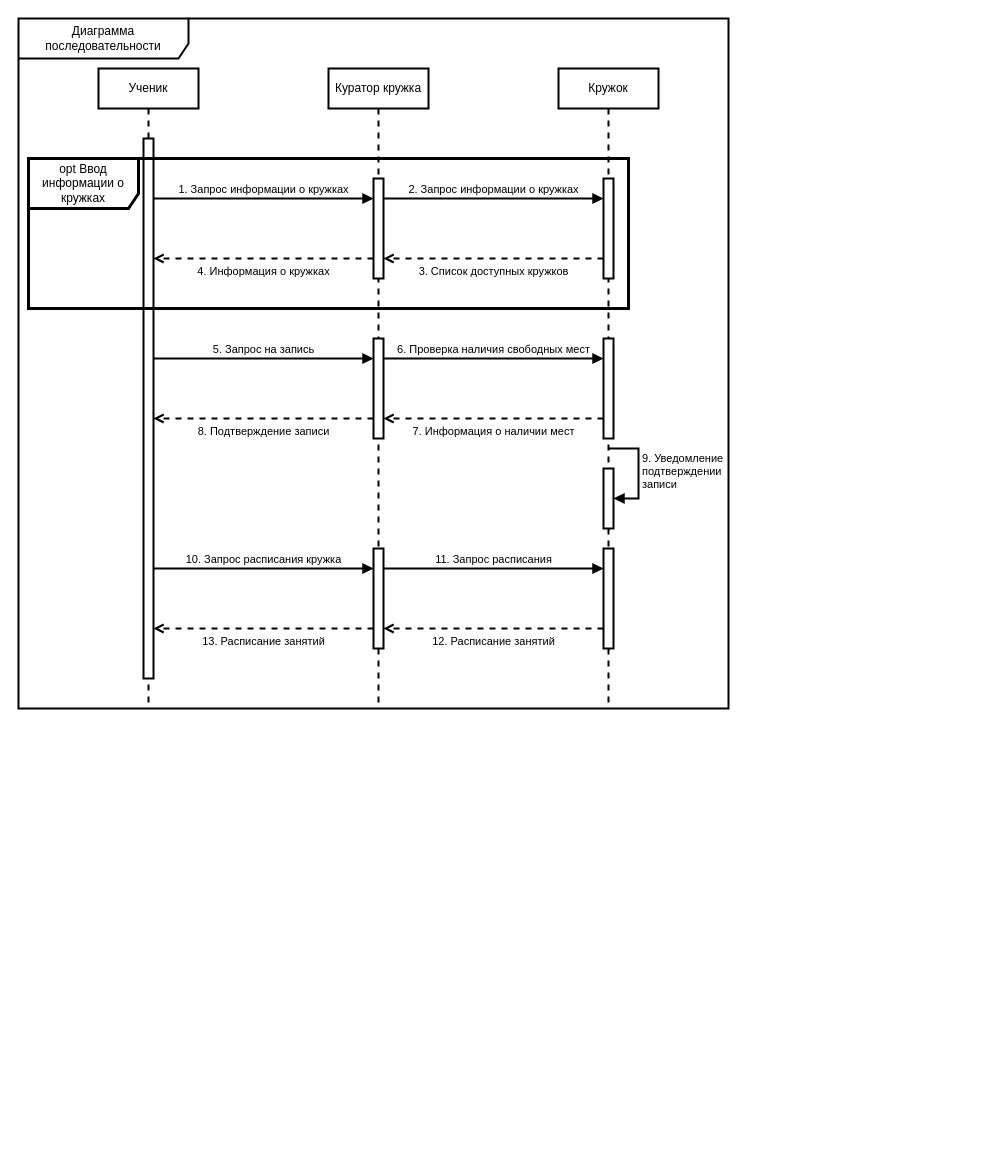
Helpmepleaseitishard/Aikms keeps this draw.io diagram as page "Page-1" (1 of 3) of 2.drawio. Above is the earlier version. Source tidied: cells renumbered, new cells numbered last; positions are measured from the earlier drawing's top-left corner, leaving out a move shared by most shapes. Both pictures are drawn from the tidied source at 100%, with x=0, y=0 at pixel (18, 18).
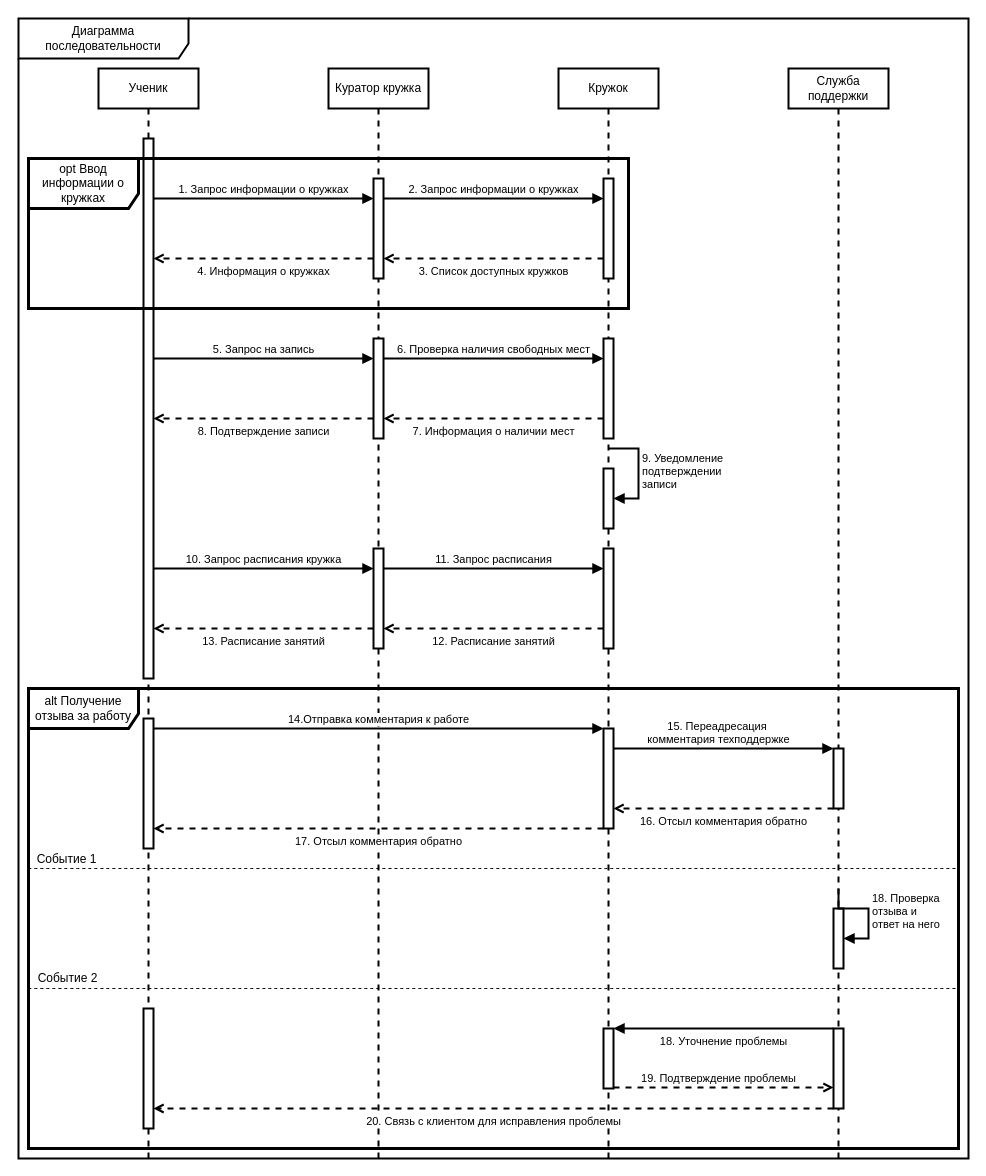
After the change.

Change to the diagram source:
```diff
@@
+    <mxCell id="28" value="Служба поддержки" style="shape=umlLifeline;perimeter=lifelinePerimeter;whiteSpace=wrap;html=1;newEdgeStyle={&quot;curved&quot;:0,&quot;rounded&quot;:0};strokeWidth=2;" parent="1" vertex="1">
+      <mxGeometry x="770" y="50" width="100" height="1090" as="geometry" />
+    </mxCell>
     <mxCell id="2" value="Диаграмма последовательности" style="shape=umlFrame;whiteSpace=wrap;html=1;width=170;height=40;strokeWidth=2;" parent="1" vertex="1">
-      <mxGeometry width="710" height="690" as="geometry" />
+      <mxGeometry width="950" height="1140" as="geometry" />
     </mxCell>
     <mxCell id="3" value="Ученик" style="shape=umlLifeline;perimeter=lifelinePerimeter;whiteSpace=wrap;html=1;newEdgeStyle={&quot;curved&quot;:0,&quot;rounded&quot;:0};strokeWidth=2;" parent="1" vertex="1">
-      <mxGeometry x="80" y="50" width="100" height="640" as="geometry" />
+      <mxGeometry x="80" y="50" width="100" height="1090" as="geometry" />
     </mxCell>
     <mxCell id="4" value="Куратор кружка" style="shape=umlLifeline;perimeter=lifelinePerimeter;whiteSpace=wrap;html=1;newEdgeStyle={&quot;curved&quot;:0,&quot;rounded&quot;:0};strokeWidth=2;" parent="1" vertex="1">
-      <mxGeometry x="310" y="50" width="100" height="640" as="geometry" />
+      <mxGeometry x="310" y="50" width="100" height="1090" as="geometry" />
     </mxCell>
     <mxCell id="5" value="Кружок" style="shape=umlLifeline;perimeter=lifelinePerimeter;whiteSpace=wrap;html=1;newEdgeStyle={&quot;curved&quot;:0,&quot;rounded&quot;:0};strokeWidth=2;" parent="1" vertex="1">
-      <mxGeometry x="540" y="50" width="100" height="640" as="geometry" />
+      <mxGeometry x="540" y="50" width="100" height="1090" as="geometry" />
     </mxCell>
@@
+    <mxCell id="29" style="html=1;perimeter=orthogonalPerimeter;targetShapes=umlLifeline;newEdgeStyle={&quot;curved&quot;:0,&quot;rounded&quot;:0};strokeWidth=2;" parent="1" vertex="1">
+      <mxGeometry x="125" y="700" width="10" height="130" as="geometry" />
+    </mxCell>
+    <mxCell id="30" style="html=1;points=[[0,0,0,0,5],[0,1,0,0,-5],[1,0,0,0,5],[1,1,0,0,-5]];perimeter=orthogonalPerimeter;outlineConnect=0;targetShapes=umlLifeline;portConstraint=eastwest;newEdgeStyle={&quot;curved&quot;:0,&quot;rounded&quot;:0};strokeWidth=2;" parent="1" vertex="1">
+      <mxGeometry x="585" y="710" width="10" height="100" as="geometry" />
+    </mxCell>
+    <mxCell id="31" value="alt Получение отзыва за работу" style="shape=umlFrame;whiteSpace=wrap;html=1;strokeWidth=3;width=110;height=40;" parent="1" vertex="1">
+      <mxGeometry x="10" y="670" width="930" height="460" as="geometry" />
+    </mxCell>
+    <mxCell id="32" style="html=1;points=[[0,0,0,0,5],[0,1,0,0,-5],[1,0,0,0,5],[1,1,0,0,-5]];perimeter=orthogonalPerimeter;outlineConnect=0;targetShapes=umlLifeline;portConstraint=eastwest;newEdgeStyle={&quot;curved&quot;:0,&quot;rounded&quot;:0};strokeWidth=2;" parent="1" vertex="1">
+      <mxGeometry x="815" y="730" width="10" height="60" as="geometry" />
+    </mxCell>
+    <mxCell id="33" style="html=1;points=[[0,0,0,0,5],[0,1,0,0,-5],[1,0,0,0,5],[1,1,0,0,-5]];perimeter=orthogonalPerimeter;outlineConnect=0;targetShapes=umlLifeline;portConstraint=eastwest;newEdgeStyle={&quot;curved&quot;:0,&quot;rounded&quot;:0};strokeWidth=2;" parent="1" vertex="1">
+      <mxGeometry x="815" y="890" width="10" height="60" as="geometry" />
+    </mxCell>
+    <mxCell id="34" value="&lt;div&gt;18. Проверка&amp;nbsp;&lt;/div&gt;&lt;div&gt;отзыва и &lt;br&gt;&lt;/div&gt;&lt;div&gt;ответ на него&lt;br&gt;&lt;/div&gt;" style="html=1;align=left;spacingLeft=2;endArrow=block;rounded=0;edgeStyle=orthogonalEdgeStyle;curved=0;rounded=0;strokeWidth=2;" parent="1" edge="1" target="33">
+      <mxGeometry relative="1" as="geometry">
+        <mxPoint x="820" y="870" as="sourcePoint" />
+        <Array as="points">
+          <mxPoint x="820" y="890" />
+          <mxPoint x="850" y="890" />
+          <mxPoint x="850" y="920" />
+        </Array>
+      </mxGeometry>
+    </mxCell>
+    <mxCell id="35" value="14.Отправка комментария к работе" style="html=1;verticalAlign=bottom;endArrow=block;curved=0;rounded=0;strokeWidth=2;" parent="1" edge="1">
+      <mxGeometry relative="1" as="geometry">
+        <mxPoint x="135" y="710" as="sourcePoint" />
+        <mxPoint x="585" y="710" as="targetPoint" />
+        <Array as="points">
+          <mxPoint x="260" y="710" />
+        </Array>
+      </mxGeometry>
+    </mxCell>
+    <mxCell id="36" value="17. Отсыл комментария обратно" style="html=1;verticalAlign=top;endArrow=open;curved=0;rounded=0;strokeWidth=2;dashed=1;endFill=0;" parent="1" edge="1">
+      <mxGeometry relative="1" as="geometry">
+        <mxPoint x="585" y="810" as="sourcePoint" />
+        <mxPoint x="135" y="810" as="targetPoint" />
+        <Array as="points">
+          <mxPoint x="241" y="810" />
+        </Array>
+      </mxGeometry>
+    </mxCell>
+    <mxCell id="37" style="endArrow=none;dashed=1;html=1;rounded=0;fontSize=12;startSize=8;endSize=8;curved=1;" parent="1" edge="1">
+      <mxGeometry relative="1" as="geometry">
+        <mxPoint x="10" y="850" as="sourcePoint" />
+        <mxPoint x="940" y="850" as="targetPoint" />
+      </mxGeometry>
+    </mxCell>
+    <mxCell id="38" value="Событие 1" style="edgeLabel;html=1;align=center;verticalAlign=middle;fontSize=12;" parent="37" vertex="1">
+      <mxGeometry x="0.03" y="-5" relative="1" as="geometry">
+        <mxPoint x="-441" y="-15" as="offset" />
+      </mxGeometry>
+    </mxCell>
+    <mxCell id="39" style="endArrow=none;dashed=1;html=1;rounded=0;fontSize=12;startSize=8;endSize=8;curved=1;" parent="1" edge="1">
+      <mxGeometry relative="1" as="geometry">
+        <mxPoint x="10" y="970" as="sourcePoint" />
+        <mxPoint x="940" y="970" as="targetPoint" />
+      </mxGeometry>
+    </mxCell>
+    <mxCell id="40" value="&lt;div&gt;15. Переадресация&amp;nbsp;&lt;/div&gt;&lt;div&gt;комментария техподдержке&lt;/div&gt;" style="html=1;verticalAlign=bottom;endArrow=block;curved=0;rounded=0;strokeWidth=2;endFill=1;" parent="1" edge="1" source="30" target="32">
+      <mxGeometry x="-0.05" relative="1" as="geometry">
+        <Array as="points">
+          <mxPoint x="660" y="730" />
+        </Array>
+      </mxGeometry>
+    </mxCell>
+    <mxCell id="41" value="16. Отсыл комментария обратно" style="html=1;verticalAlign=top;endArrow=open;curved=0;rounded=0;strokeWidth=2;endFill=0;dashed=1;" parent="1" edge="1">
+      <mxGeometry relative="1" as="geometry">
+        <mxPoint x="815" y="790" as="sourcePoint" />
+        <mxPoint x="595" y="790" as="targetPoint" />
+        <Array as="points">
+          <mxPoint x="685" y="790" />
+        </Array>
+      </mxGeometry>
+    </mxCell>
+    <mxCell id="42" style="html=1;points=[[0,0,0,0,5],[0,1,0,0,-5],[1,0,0,0,5],[1,1,0,0,-5]];perimeter=orthogonalPerimeter;outlineConnect=0;targetShapes=umlLifeline;portConstraint=eastwest;newEdgeStyle={&quot;curved&quot;:0,&quot;rounded&quot;:0};strokeWidth=2;" parent="1" vertex="1">
+      <mxGeometry x="125" y="990" width="10" height="120" as="geometry" />
+    </mxCell>
+    <mxCell id="43" style="html=1;perimeter=orthogonalPerimeter;targetShapes=umlLifeline;newEdgeStyle={&quot;curved&quot;:0,&quot;rounded&quot;:0};strokeWidth=2;" parent="1" vertex="1">
+      <mxGeometry x="585" y="1010" width="10" height="60" as="geometry" />
+    </mxCell>
+    <mxCell id="44" style="html=1;perimeter=orthogonalPerimeter;targetShapes=umlLifeline;newEdgeStyle={&quot;curved&quot;:0,&quot;rounded&quot;:0};strokeWidth=2;" parent="1" vertex="1">
+      <mxGeometry x="815" y="1010" width="10" height="80" as="geometry" />
+    </mxCell>
+    <mxCell id="45" value="20. Связь с клиентом для исправления проблемы" style="html=1;verticalAlign=top;endArrow=open;curved=0;rounded=0;strokeWidth=2;endFill=0;dashed=1;" parent="1" edge="1" target="42">
+      <mxGeometry relative="1" as="geometry">
+        <mxPoint x="815" y="1090" as="sourcePoint" />
+        <Array as="points">
+          <mxPoint x="685" y="1090" />
+        </Array>
+      </mxGeometry>
+    </mxCell>
+    <mxCell id="46" value="18. Уточнение проблемы" style="html=1;verticalAlign=top;endArrow=block;curved=0;rounded=0;strokeWidth=2;endFill=1;" parent="1" edge="1">
+      <mxGeometry relative="1" as="geometry">
+        <mxPoint x="815" y="1010" as="sourcePoint" />
+        <mxPoint x="595" y="1010" as="targetPoint" />
+        <Array as="points">
+          <mxPoint x="685" y="1010" />
+        </Array>
+      </mxGeometry>
+    </mxCell>
+    <mxCell id="47" value="19. Подтверждение проблемы" style="html=1;verticalAlign=bottom;endArrow=open;curved=0;rounded=0;strokeWidth=2;dashed=1;endFill=0;" parent="1" edge="1">
+      <mxGeometry x="-0.05" relative="1" as="geometry">
+        <mxPoint x="595" y="1069" as="sourcePoint" />
+        <mxPoint x="815" y="1069" as="targetPoint" />
+      </mxGeometry>
+    </mxCell>
+    <mxCell id="48" value="Событие 2" style="edgeLabel;html=1;align=center;verticalAlign=middle;fontSize=12;" parent="1" vertex="1">
+      <mxGeometry x="60" y="850" as="geometry">
+        <mxPoint x="-12" y="109" as="offset" />
+      </mxGeometry>
+    </mxCell>
```
